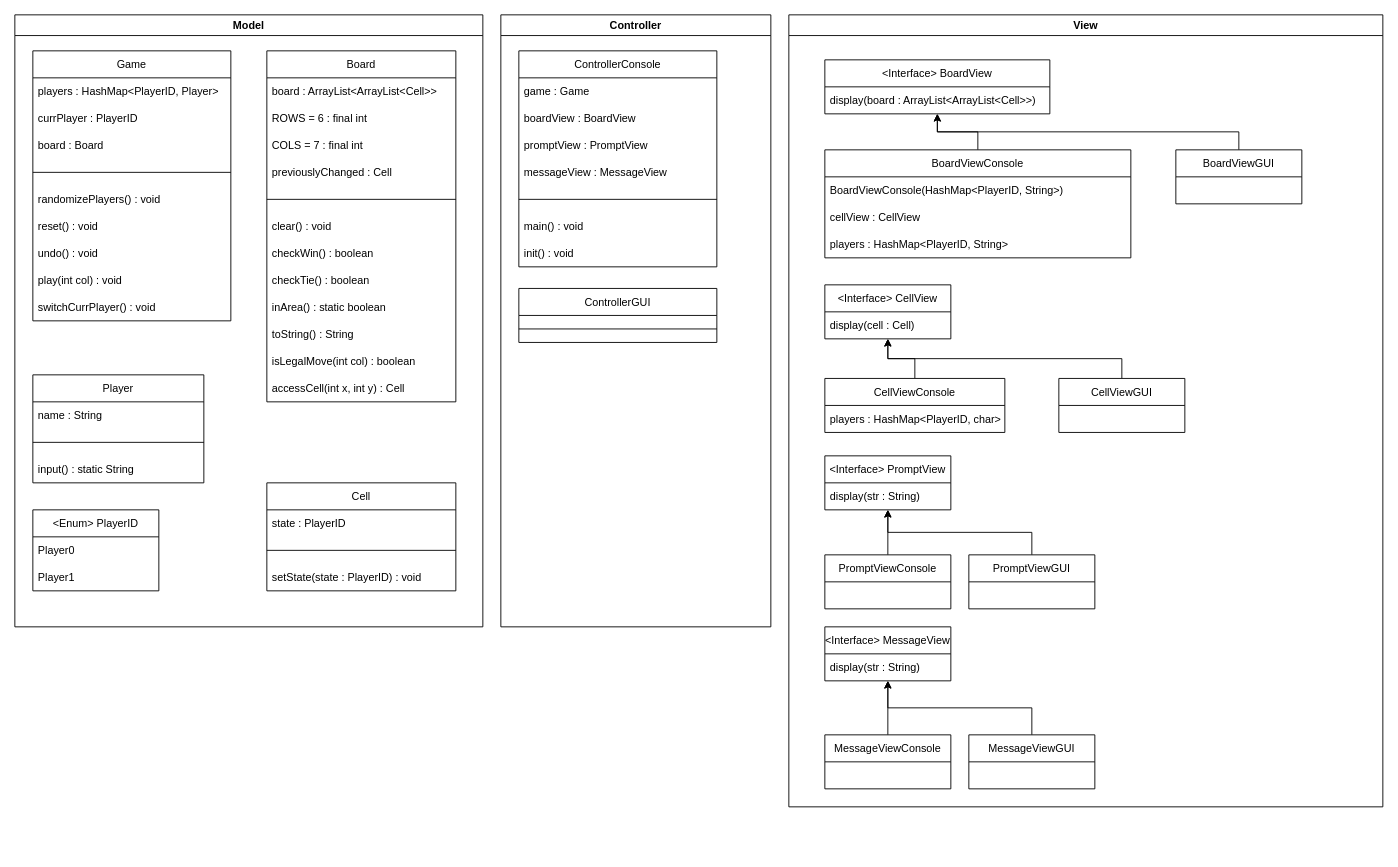
Above: Documentation/viergewinnt.drawio in s-prechtl/sprechtl_jweissen_viergewinnt (draw.io), before the change. Source tidied: cells renumbered, new cells numbered last; positions are measured from the earlier drawing's top-left corner, leaving out a move shared by most shapes. Both pictures are drawn from the tidied source at 90%, with x=0, y=0 at pixel (14, 14).
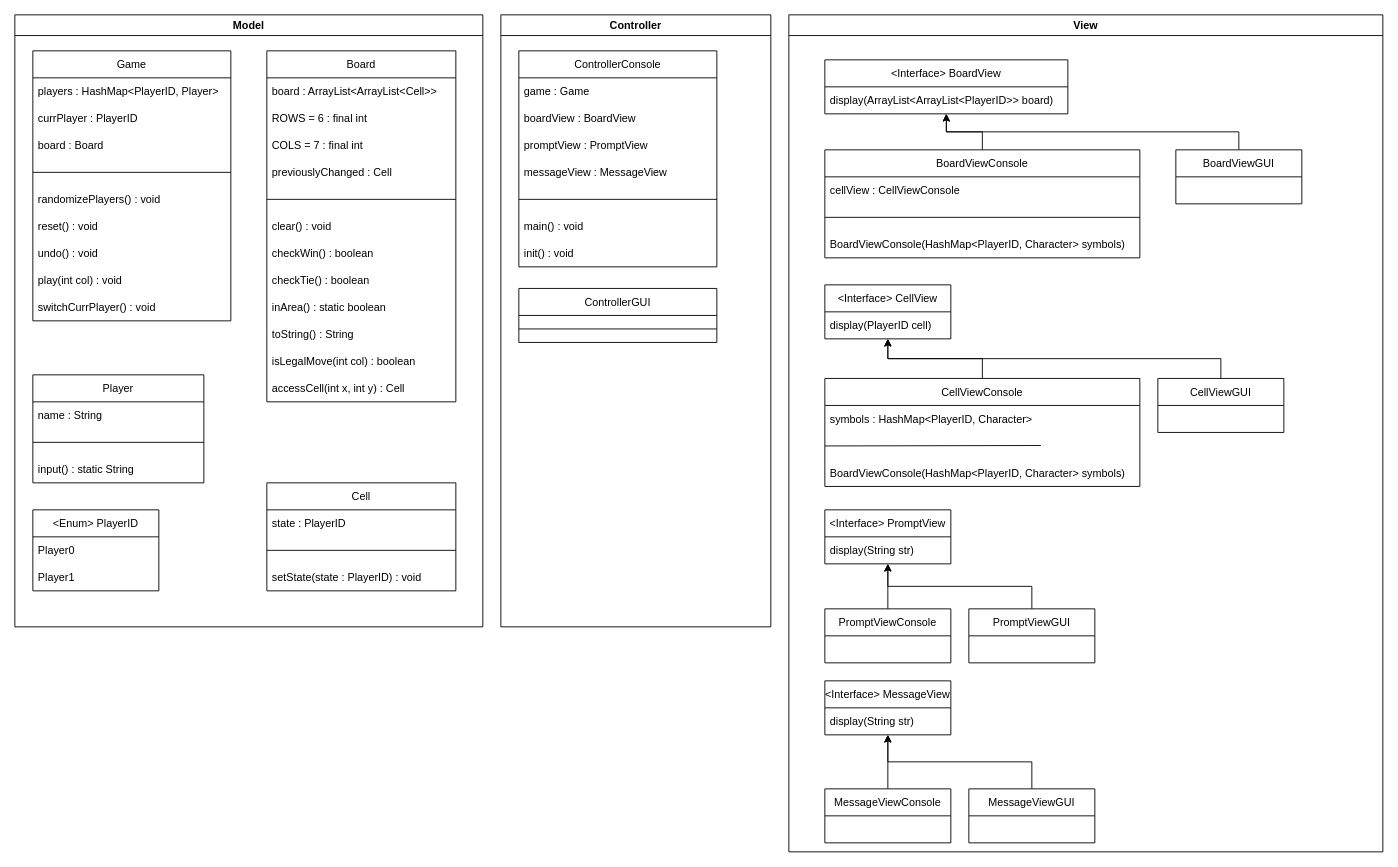
Above is the later version.

Commit message (it also covers changes not shown here):
View-Klassen erstellt, Klassendiagramm abgeändert

The change refers to these unchanged cells:
```xml
<mxCell id="64" value="&lt;Interface&gt; CellView" style="swimlane;fontStyle=0;horizontal=1;startSize=30;" parent="54" vertex="1">
  <mxGeometry x="40" y="300" width="140" height="60" as="geometry" />
</mxCell>
```

What changed in the source:
```diff
@@
     <mxCell id="54" value="View" style="swimlane;" parent="1" vertex="1">
-      <mxGeometry x="860" width="660" height="880" as="geometry" />
+      <mxGeometry x="860" width="660" height="930" as="geometry" />
     </mxCell>
     <mxCell id="55" value="&lt;Interface&gt; BoardView" style="swimlane;fontStyle=0;horizontal=1;startSize=30;" parent="54" vertex="1">
-      <mxGeometry x="40" y="50" width="250" height="60" as="geometry" />
+      <mxGeometry x="40" y="50" width="270" height="60" as="geometry" />
     </mxCell>
-    <mxCell id="56" value="display(board : ArrayList&lt;ArrayList&lt;Cell&gt;&gt;)" style="text;strokeColor=none;fillColor=none;align=left;verticalAlign=middle;spacingLeft=4;spacingRight=4;overflow=hidden;" parent="55" vertex="1">
-      <mxGeometry y="30" width="250" height="30" as="geometry" />
+    <mxCell id="56" value="display(ArrayList&lt;ArrayList&lt;PlayerID&gt;&gt; board)" style="text;strokeColor=none;fillColor=none;align=left;verticalAlign=middle;spacingLeft=4;spacingRight=4;overflow=hidden;" parent="55" vertex="1">
+      <mxGeometry y="30" width="270" height="30" as="geometry" />
     </mxCell>
@@
     <mxCell id="60" value="BoardViewConsole" style="swimlane;fontStyle=0;horizontal=1;startSize=30;" parent="54" vertex="1">
-      <mxGeometry x="40" y="150" width="340" height="120" as="geometry" />
+      <mxGeometry x="40" y="150" width="350" height="120" as="geometry" />
     </mxCell>
+    <mxCell id="62" value="cellView : CellViewConsole" style="text;strokeColor=none;fillColor=none;align=left;verticalAlign=middle;spacingLeft=4;spacingRight=4;overflow=hidden;" parent="60" vertex="1">
+      <mxGeometry y="30" width="350" height="30" as="geometry" />
+    </mxCell>
+    <mxCell id="83" style="endArrow=none;html=1;rounded=0;exitX=0;exitY=0.5;exitDx=0;exitDy=0;entryX=1;entryY=0.5;entryDx=0;entryDy=0;" parent="60" edge="1" source="84" target="84">
+      <mxGeometry relative="1" as="geometry" />
+    </mxCell>
+    <mxCell id="84" value="   " style="text;strokeColor=none;fillColor=none;align=left;verticalAlign=middle;spacingLeft=4;spacingRight=4;overflow=hidden;points=[[0,0.5],[1,0.5]];portConstraint=eastwest;" parent="60" vertex="1">
+      <mxGeometry y="60" width="350" height="30" as="geometry" />
+    </mxCell>
-    <mxCell id="61" value="BoardViewConsole(HashMap&lt;PlayerID, String&gt;)" style="text;strokeColor=none;fillColor=none;align=left;verticalAlign=middle;spacingLeft=4;spacingRight=4;overflow=hidden;" parent="60" vertex="1">
-      <mxGeometry y="30" width="340" height="30" as="geometry" />
+    <mxCell id="61" value="BoardViewConsole(HashMap&lt;PlayerID, Character&gt; symbols)" style="text;strokeColor=none;fillColor=none;align=left;verticalAlign=middle;spacingLeft=4;spacingRight=4;overflow=hidden;" parent="60" vertex="1">
+      <mxGeometry y="90" width="350" height="30" as="geometry" />
     </mxCell>
-    <mxCell id="62" value="cellView : CellView" style="text;strokeColor=none;fillColor=none;align=left;verticalAlign=middle;spacingLeft=4;spacingRight=4;overflow=hidden;" parent="60" vertex="1">
-      <mxGeometry y="60" width="340" height="30" as="geometry" />
-    </mxCell>
-    <mxCell id="63" value="players : HashMap&lt;PlayerID, String&gt;" style="text;strokeColor=none;fillColor=none;align=left;verticalAlign=middle;spacingLeft=4;spacingRight=4;overflow=hidden;" parent="60" vertex="1">
-      <mxGeometry y="90" width="340" height="30" as="geometry" />
-    </mxCell>
@@
-    <mxCell id="65" value="display(cell : Cell)" style="text;strokeColor=none;fillColor=none;align=left;verticalAlign=middle;spacingLeft=4;spacingRight=4;overflow=hidden;" parent="64" vertex="1">
+    <mxCell id="65" value="display(PlayerID cell)" style="text;strokeColor=none;fillColor=none;align=left;verticalAlign=middle;spacingLeft=4;spacingRight=4;overflow=hidden;" parent="64" vertex="1">
       <mxGeometry y="30" width="140" height="30" as="geometry" />
     </mxCell>
@@
     <mxCell id="67" value="CellViewGUI" style="swimlane;fontStyle=0;horizontal=1;startSize=30;" parent="54" vertex="1">
-      <mxGeometry x="300" y="404" width="140" height="60" as="geometry" />
+      <mxGeometry x="410" y="404" width="140" height="60" as="geometry" />
     </mxCell>
@@
     <mxCell id="69" value="CellViewConsole" style="swimlane;fontStyle=0;horizontal=1;startSize=30;" parent="54" vertex="1">
-      <mxGeometry x="40" y="404" width="200" height="60" as="geometry" />
+      <mxGeometry x="40" y="404" width="350" height="120" as="geometry" />
     </mxCell>
-    <mxCell id="70" value="players : HashMap&lt;PlayerID, char&gt;" style="text;strokeColor=none;fillColor=none;align=left;verticalAlign=middle;spacingLeft=4;spacingRight=4;overflow=hidden;" parent="69" vertex="1">
-      <mxGeometry y="30" width="200" height="30" as="geometry" />
+    <mxCell id="70" value="symbols : HashMap&lt;PlayerID, Character&gt;" style="text;strokeColor=none;fillColor=none;align=left;verticalAlign=middle;spacingLeft=4;spacingRight=4;overflow=hidden;" parent="69" vertex="1">
+      <mxGeometry y="30" width="350" height="30" as="geometry" />
     </mxCell>
+    <mxCell id="85" style="endArrow=none;html=1;rounded=0;exitX=0;exitY=0.5;exitDx=0;exitDy=0;entryX=1;entryY=0.5;entryDx=0;entryDy=0;" parent="69" edge="1" source="86">
+      <mxGeometry relative="1" as="geometry">
+        <mxPoint x="240" y="74.5" as="targetPoint" />
+      </mxGeometry>
+    </mxCell>
+    <mxCell id="86" value="   " style="text;strokeColor=none;fillColor=none;align=left;verticalAlign=middle;spacingLeft=4;spacingRight=4;overflow=hidden;points=[[0,0.5],[1,0.5]];portConstraint=eastwest;" parent="69" vertex="1">
+      <mxGeometry y="60" width="350" height="30" as="geometry" />
+    </mxCell>
+    <mxCell id="87" value="BoardViewConsole(HashMap&lt;PlayerID, Character&gt; symbols)" style="text;strokeColor=none;fillColor=none;align=left;verticalAlign=middle;spacingLeft=4;spacingRight=4;overflow=hidden;" parent="69" vertex="1">
+      <mxGeometry y="90" width="350" height="30" as="geometry" />
+    </mxCell>
     <mxCell id="71" value="&lt;Interface&gt; PromptView" style="swimlane;fontStyle=0;horizontal=1;startSize=30;" parent="54" vertex="1">
-      <mxGeometry x="40" y="490" width="140" height="60" as="geometry" />
+      <mxGeometry x="40" y="550" width="140" height="60" as="geometry" />
     </mxCell>
-    <mxCell id="72" value="display(str : String)" style="text;strokeColor=none;fillColor=none;align=left;verticalAlign=middle;spacingLeft=4;spacingRight=4;overflow=hidden;" parent="71" vertex="1">
+    <mxCell id="72" value="display(String str)" style="text;strokeColor=none;fillColor=none;align=left;verticalAlign=middle;spacingLeft=4;spacingRight=4;overflow=hidden;" parent="71" vertex="1">
       <mxGeometry y="30" width="140" height="30" as="geometry" />
     </mxCell>
@@
     <mxCell id="74" value="PromptViewGUI" style="swimlane;fontStyle=0;horizontal=1;startSize=30;" parent="54" vertex="1">
-      <mxGeometry x="200" y="600" width="140" height="60" as="geometry" />
+      <mxGeometry x="200" y="660" width="140" height="60" as="geometry" />
     </mxCell>
@@
     <mxCell id="76" value="PromptViewConsole" style="swimlane;fontStyle=0;horizontal=1;startSize=30;" parent="54" vertex="1">
-      <mxGeometry x="40" y="600" width="140" height="60" as="geometry" />
+      <mxGeometry x="40" y="660" width="140" height="60" as="geometry" />
     </mxCell>
     <mxCell id="77" value="&lt;Interface&gt; MessageView" style="swimlane;fontStyle=0;horizontal=1;startSize=30;" parent="54" vertex="1">
-      <mxGeometry x="40" y="680" width="140" height="60" as="geometry" />
+      <mxGeometry x="40" y="740" width="140" height="60" as="geometry" />
     </mxCell>
-    <mxCell id="78" value="display(str : String)" style="text;strokeColor=none;fillColor=none;align=left;verticalAlign=middle;spacingLeft=4;spacingRight=4;overflow=hidden;" parent="77" vertex="1">
+    <mxCell id="78" value="display(String str)" style="text;strokeColor=none;fillColor=none;align=left;verticalAlign=middle;spacingLeft=4;spacingRight=4;overflow=hidden;" parent="77" vertex="1">
       <mxGeometry y="30" width="140" height="30" as="geometry" />
     </mxCell>
@@
     <mxCell id="80" value="MessageViewGUI" style="swimlane;fontStyle=0;horizontal=1;startSize=30;" parent="54" vertex="1">
-      <mxGeometry x="200" y="800" width="140" height="60" as="geometry" />
+      <mxGeometry x="200" y="860" width="140" height="60" as="geometry" />
     </mxCell>
@@
     <mxCell id="82" value="MessageViewConsole" style="swimlane;fontStyle=0;horizontal=1;startSize=30;" parent="54" vertex="1">
-      <mxGeometry x="40" y="800" width="140" height="60" as="geometry" />
+      <mxGeometry x="40" y="860" width="140" height="60" as="geometry" />
     </mxCell>
```
